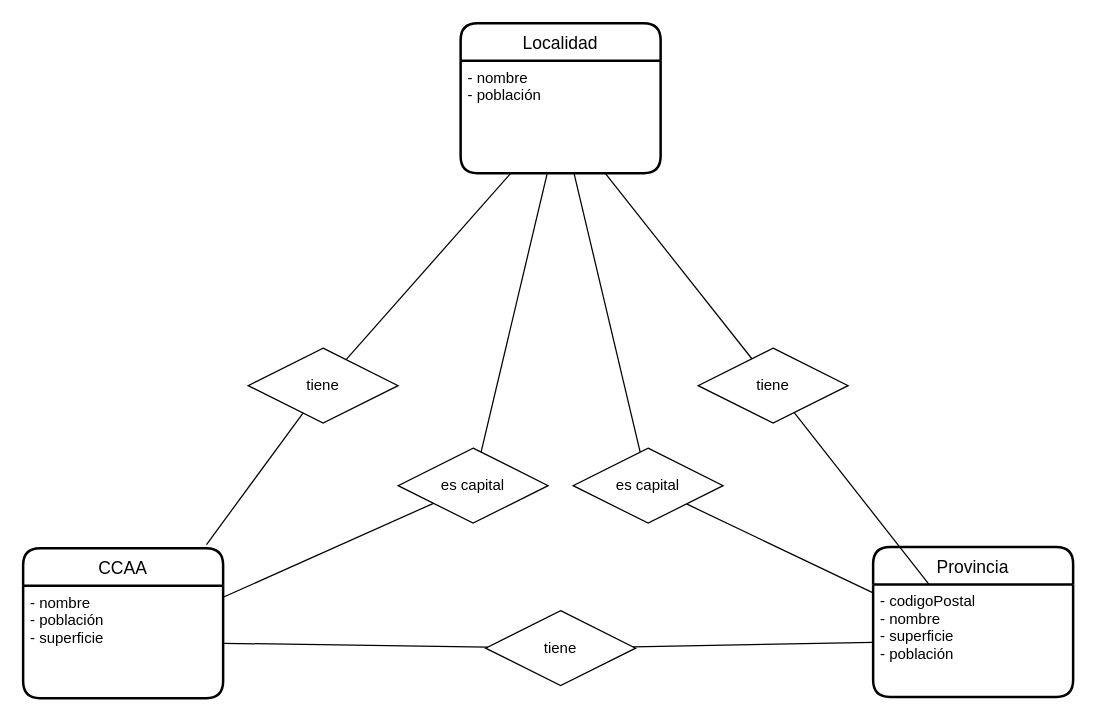
JuanMarinG/TA12_MYSQL keeps this draw.io diagram as ex3.drawio. Above is the earlier version. Source tidied: cells renumbered, new cells numbered last; positions are measured from the earlier drawing's top-left corner, leaving out a move shared by most shapes. Both pictures are drawn from the tidied source at 125%, with x=0, y=0 at pixel (22, 22).
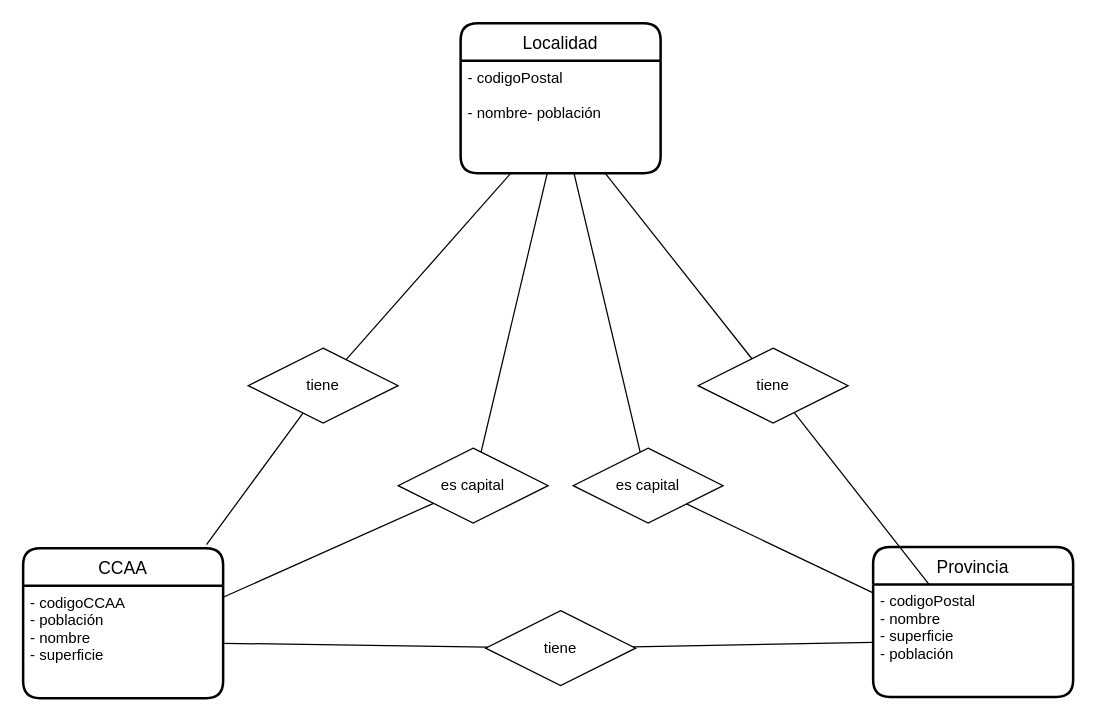
After the change.

The change refers to these unchanged cells:
```xml
<mxCell id="2" value="Localidad" style="swimlane;horizontal=1;startSize=30;rounded=1;fontSize=14;fontStyle=0;strokeWidth=2;shadow=0;dashed=0;align=center;" parent="1" vertex="1">
  <mxGeometry x="350" width="160" height="120" as="geometry" />
</mxCell>
<mxCell id="6" value="CCAA" style="swimlane;horizontal=1;startSize=30;rounded=1;fontSize=14;fontStyle=0;strokeWidth=2;shadow=0;dashed=0;align=center;" parent="1" vertex="1">
  <mxGeometry y="420" width="160" height="120" as="geometry" />
</mxCell>
```

Diff of the diagram source:
```diff
@@
-    <mxCell id="3" value="- nombre&#10;- población" style="align=left;strokeColor=none;fillColor=none;spacingLeft=4;fontSize=12;verticalAlign=top;" parent="2" vertex="1">
+    <mxCell id="3" value="- codigoPostal&#10;&#10;- nombre- población" style="align=left;strokeColor=none;fillColor=none;spacingLeft=4;fontSize=12;verticalAlign=top;" parent="2" vertex="1">
       <mxGeometry y="30" width="160" height="90" as="geometry" />
     </mxCell>
@@
-    <mxCell id="7" value="- nombre&#10;- población&#10;- superficie&#10;" style="align=left;strokeColor=none;fillColor=none;spacingLeft=4;fontSize=12;verticalAlign=top;" parent="6" vertex="1">
+    <mxCell id="7" value="- codigoCCAA&#10;- población&#10;- nombre&#10;- superficie&#10;" style="align=left;strokeColor=none;fillColor=none;spacingLeft=4;fontSize=12;verticalAlign=top;" parent="6" vertex="1">
       <mxGeometry y="30" width="160" height="90" as="geometry" />
     </mxCell>
```
